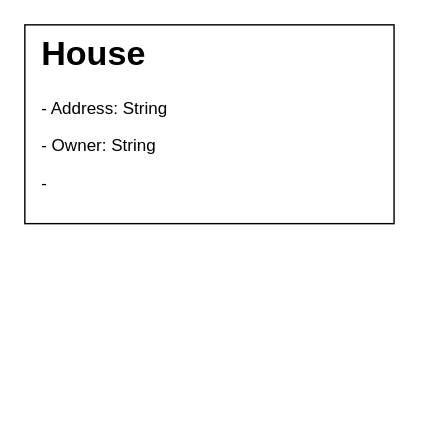
This is KN02/LogischesDatenModell.drawio from Timposter8107/M165, a draw.io file, before an edit. Source tidied: cells renumbered, new cells numbered last; positions are measured from the earlier drawing's top-left corner, leaving out a move shared by most shapes. Both pictures are drawn from the tidied source at 142%, with x=0, y=0 at pixel (24, 24).
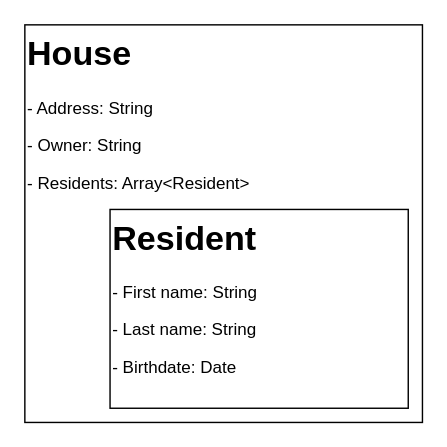
The same diagram, later.

What changed in the source:
```diff
@@
 <mxGraphModel>
   <root>
     <mxCell id="0" />
     <mxCell id="1" parent="0" />
     <mxCell id="2" style="rounded=0;whiteSpace=wrap;html=1;" parent="1" vertex="1">
-      <mxGeometry width="260" height="140" as="geometry" />
+      <mxGeometry width="280" height="280" as="geometry" />
     </mxCell>
-    <mxCell id="3" value="&lt;h1 style=&quot;margin-top: 0px;&quot;&gt;House&lt;/h1&gt;&lt;p&gt;- Address: String&lt;/p&gt;&lt;p&gt;- Owner: String&lt;/p&gt;&lt;p&gt;-&amp;nbsp;&lt;/p&gt;" style="text;html=1;whiteSpace=wrap;overflow=hidden;rounded=0;" parent="1" vertex="1">
-      <mxGeometry x="10" width="180" height="120" as="geometry" />
+    <mxCell id="3" value="&lt;h1 style=&quot;margin-top: 0px;&quot;&gt;House&lt;/h1&gt;&lt;p&gt;- Address: String&lt;/p&gt;&lt;p&gt;- Owner: String&lt;/p&gt;&lt;p&gt;- Residents: Array&amp;lt;Resident&amp;gt;&lt;/p&gt;" style="text;html=1;whiteSpace=wrap;overflow=hidden;rounded=0;" parent="1" vertex="1">
+      <mxGeometry width="180" height="120" as="geometry" />
     </mxCell>
+    <mxCell id="4" style="rounded=0;whiteSpace=wrap;html=1;" parent="1" vertex="1">
+      <mxGeometry x="60" y="130" width="210" height="140" as="geometry" />
+    </mxCell>
+    <mxCell id="5" value="&lt;h1 style=&quot;margin-top: 0px;&quot;&gt;Resident&lt;/h1&gt;&lt;p&gt;- First name: String&lt;/p&gt;&lt;p&gt;- Last name: String&lt;/p&gt;&lt;p&gt;- Birthdate: Date&lt;/p&gt;" style="text;html=1;whiteSpace=wrap;overflow=hidden;rounded=0;" parent="1" vertex="1">
+      <mxGeometry x="60" y="130" width="180" height="120" as="geometry" />
+    </mxCell>
   </root>
 </mxGraphModel>
```
